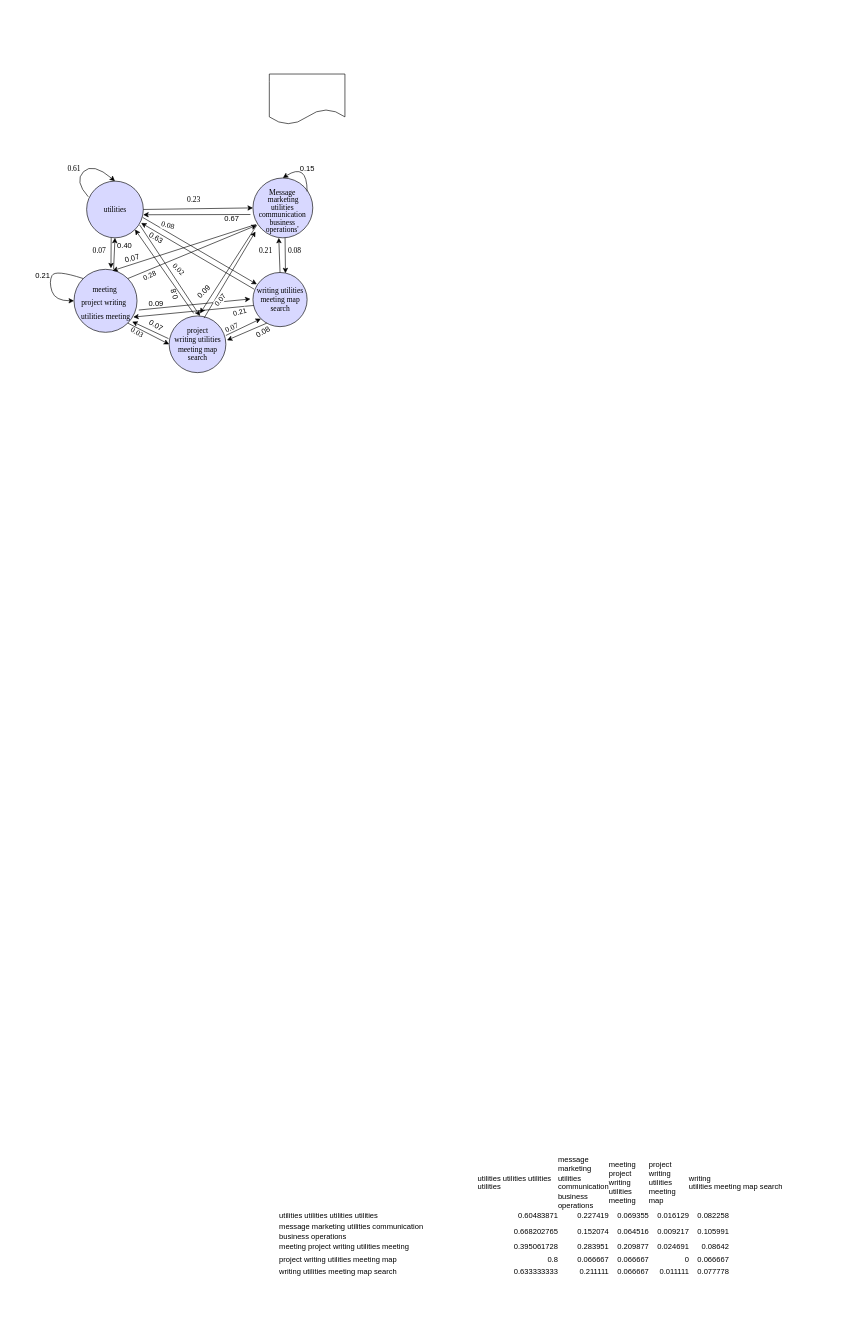
Before: Untitled Diagram.drawio in oluwande/zmPDSwR, a draw.io diagram. Source tidied: cells renumbered, new cells numbered last; positions are measured from the earlier drawing's top-left corner, leaving out a move shared by most shapes. Both pictures are drawn from the tidied source at 63%, with x=0, y=0 at pixel (30, 74).
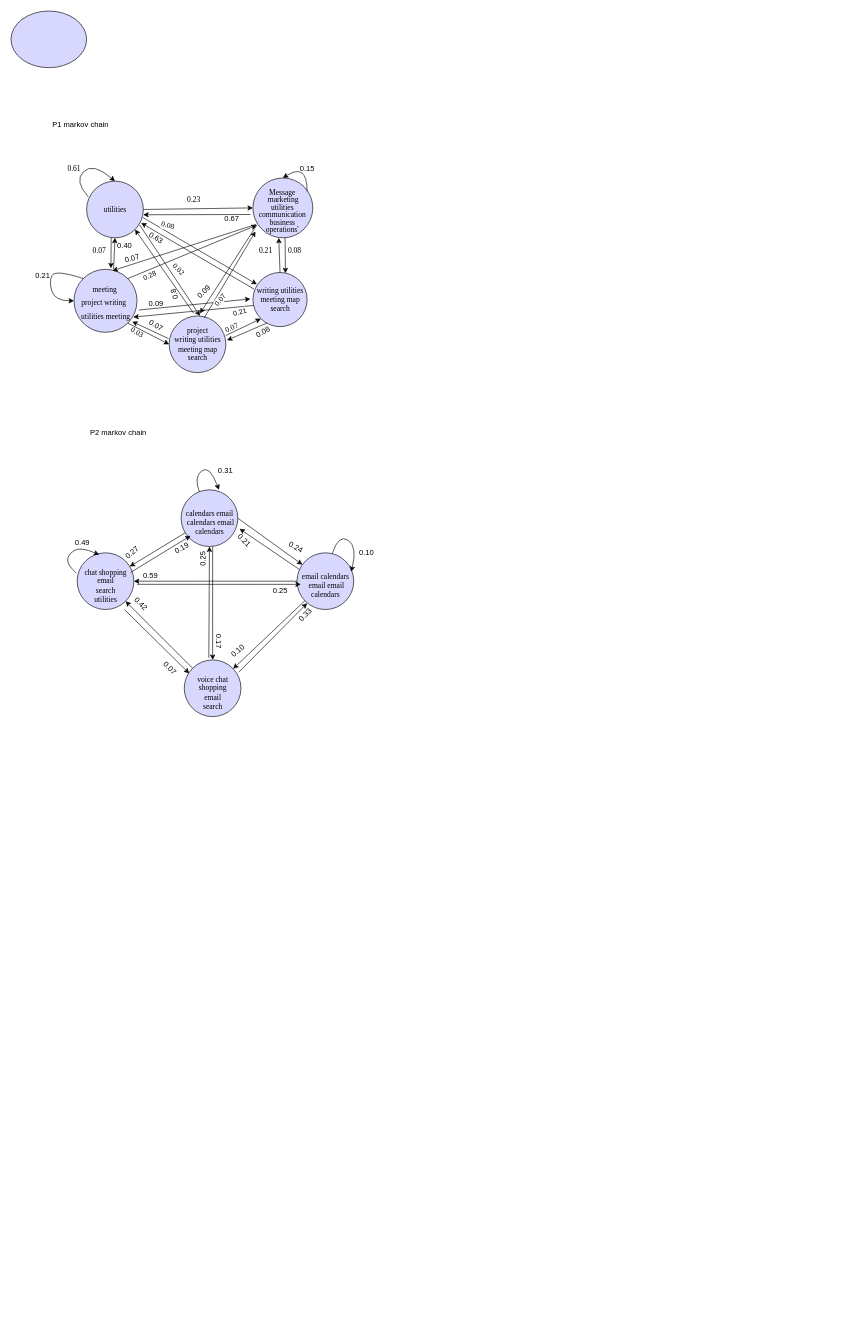
After the change.

Diff of the diagram source:
```diff
@@
-    <mxCell id="26" style="shape=document;whiteSpace=wrap;html=1;boundedLbl=1;fontFamily=Times New Roman;fontSize=12;" parent="1" vertex="1">
-      <mxGeometry x="380" width="120" height="80" as="geometry" />
-    </mxCell>
-    <mxCell id="27" value="&#10;&#10;&#10;&#10;&#10;&#10;&#10;&#10;&#10;&#10;&#10;&#10;&#10;&lt;table border=&quot;0&quot; cellpadding=&quot;0&quot; cellspacing=&quot;0&quot; width=&quot;899&quot; style=&quot;border-collapse: collapse ; width: 675pt&quot;&gt;&#10;&#10; &lt;colgroup&gt;&lt;col width=&quot;322&quot; style=&quot;width: 242pt&quot;&gt;&#10; &lt;col width=&quot;129&quot; style=&quot;width: 97pt&quot;&gt;&#10; &lt;col width=&quot;64&quot; span=&quot;7&quot; style=&quot;width: 48pt&quot;&gt;&#10; &lt;/colgroup&gt;&lt;tbody&gt;&lt;tr style=&quot;height: 15.0pt&quot;&gt;&#10;  &lt;td height=&quot;20&quot; width=&quot;322&quot; style=&quot;height: 15.0pt ; width: 242pt&quot;&gt;&lt;/td&gt;&#10;  &lt;td width=&quot;129&quot; style=&quot;width: 97pt&quot;&gt;utilities utilities utilities utilities&lt;/td&gt;&#10;  &lt;td width=&quot;64&quot; style=&quot;width: 48pt&quot;&gt;message marketing utilities communication&#10;  business operations&lt;/td&gt;&#10;  &lt;td width=&quot;64&quot; style=&quot;width: 48pt&quot;&gt;meeting project writing utilities meeting&lt;/td&gt;&#10;  &lt;td width=&quot;64&quot; style=&quot;width: 48pt&quot;&gt;project writing utilities meeting map&lt;/td&gt;&#10;  &lt;td colspan=&quot;4&quot; width=&quot;256&quot; style=&quot;width: 192pt&quot;&gt;writing&#10;  utilities meeting map search&lt;/td&gt;&#10; &lt;/tr&gt;&#10; &lt;tr style=&quot;height: 15.0pt&quot;&gt;&#10;  &lt;td height=&quot;20&quot; style=&quot;height: 15.0pt&quot;&gt;utilities utilities utilities utilities&lt;/td&gt;&#10;  &lt;td align=&quot;right&quot;&gt;0.60483871&lt;/td&gt;&#10;  &lt;td align=&quot;right&quot;&gt;0.227419&lt;/td&gt;&#10;  &lt;td align=&quot;right&quot;&gt;0.069355&lt;/td&gt;&#10;  &lt;td align=&quot;right&quot;&gt;0.016129&lt;/td&gt;&#10;  &lt;td align=&quot;right&quot;&gt;0.082258&lt;/td&gt;&#10;  &lt;td&gt;&lt;/td&gt;&#10;  &lt;td&gt;&lt;/td&gt;&#10;  &lt;td&gt;&lt;/td&gt;&#10; &lt;/tr&gt;&#10; &lt;tr style=&quot;height: 15.0pt&quot;&gt;&#10;  &lt;td height=&quot;20&quot; style=&quot;height: 15.0pt&quot;&gt;message marketing utilities communication&#10;  business operations&lt;/td&gt;&#10;  &lt;td align=&quot;right&quot;&gt;0.668202765&lt;/td&gt;&#10;  &lt;td align=&quot;right&quot;&gt;0.152074&lt;/td&gt;&#10;  &lt;td align=&quot;right&quot;&gt;0.064516&lt;/td&gt;&#10;  &lt;td align=&quot;right&quot;&gt;0.009217&lt;/td&gt;&#10;  &lt;td align=&quot;right&quot;&gt;0.105991&lt;/td&gt;&#10;  &lt;td&gt;&lt;/td&gt;&#10;  &lt;td&gt;&lt;/td&gt;&#10;  &lt;td&gt;&lt;/td&gt;&#10; &lt;/tr&gt;&#10; &lt;tr style=&quot;height: 15.0pt&quot;&gt;&#10;  &lt;td height=&quot;20&quot; style=&quot;height: 15.0pt&quot;&gt;meeting project writing utilities meeting&lt;/td&gt;&#10;  &lt;td align=&quot;right&quot;&gt;0.395061728&lt;/td&gt;&#10;  &lt;td align=&quot;right&quot;&gt;0.283951&lt;/td&gt;&#10;  &lt;td align=&quot;right&quot;&gt;0.209877&lt;/td&gt;&#10;  &lt;td align=&quot;right&quot;&gt;0.024691&lt;/td&gt;&#10;  &lt;td align=&quot;right&quot;&gt;0.08642&lt;/td&gt;&#10;  &lt;td&gt;&lt;/td&gt;&#10;  &lt;td&gt;&lt;/td&gt;&#10;  &lt;td&gt;&lt;/td&gt;&#10; &lt;/tr&gt;&#10; &lt;tr style=&quot;height: 15.0pt&quot;&gt;&#10;  &lt;td height=&quot;20&quot; style=&quot;height: 15.0pt&quot;&gt;project writing utilities meeting map&lt;/td&gt;&#10;  &lt;td align=&quot;right&quot;&gt;0.8&lt;/td&gt;&#10;  &lt;td align=&quot;right&quot;&gt;0.066667&lt;/td&gt;&#10;  &lt;td align=&quot;right&quot;&gt;0.066667&lt;/td&gt;&#10;  &lt;td align=&quot;right&quot;&gt;0&lt;/td&gt;&#10;  &lt;td align=&quot;right&quot;&gt;0.066667&lt;/td&gt;&#10;  &lt;td&gt;&lt;/td&gt;&#10;  &lt;td&gt;&lt;/td&gt;&#10;  &lt;td&gt;&lt;/td&gt;&#10; &lt;/tr&gt;&#10; &lt;tr style=&quot;height: 15.0pt&quot;&gt;&#10;  &lt;td height=&quot;20&quot; style=&quot;height: 15.0pt&quot;&gt;writing utilities meeting map search&lt;/td&gt;&#10;  &lt;td align=&quot;right&quot;&gt;0.633333333&lt;/td&gt;&#10;  &lt;td align=&quot;right&quot;&gt;0.211111&lt;/td&gt;&#10;  &lt;td align=&quot;right&quot;&gt;0.066667&lt;/td&gt;&#10;  &lt;td align=&quot;right&quot;&gt;0.011111&lt;/td&gt;&#10;  &lt;td align=&quot;right&quot;&gt;0.077778&lt;/td&gt;&#10;  &lt;td&gt;&lt;/td&gt;&#10;  &lt;td&gt;&lt;/td&gt;&#10;  &lt;td&gt;&lt;/td&gt;&#10; &lt;/tr&gt;&#10;&#10;&lt;/tbody&gt;&lt;/table&gt;&#10;&#10;&#10;&#10;&#10;" style="text;whiteSpace=wrap;html=1;" parent="1" vertex="1">
-      <mxGeometry x="394" y="530" width="550" height="1170" as="geometry" />
-    </mxCell>
@@
+    <mxCell id="55" style="ellipse;whiteSpace=wrap;html=1;strokeColor=#000000;fillColor=#D8D8FF;" parent="1" vertex="1">
+      <mxGeometry x="-30" y="-100" width="120" height="90" as="geometry" />
+    </mxCell>
+    <mxCell id="56" value="P1 markov chain" style="text;html=1;align=center;verticalAlign=middle;strokeColor=none;fillColor=none;" parent="1" vertex="1">
+      <mxGeometry x="25" y="70" width="110" height="20" as="geometry" />
+    </mxCell>
+    <mxCell id="57" value="&lt;br&gt;&lt;table border=&quot;0&quot; cellpadding=&quot;0&quot; cellspacing=&quot;0&quot; width=&quot;252&quot; style=&quot;border-collapse: collapse ; width: 189pt&quot;&gt;&lt;tbody&gt;&lt;tr style=&quot;height: 15.0pt&quot;&gt;  &lt;td height=&quot;20&quot; width=&quot;252&quot; style=&quot;height: 15.0pt ; width: 189pt&quot;&gt;calendars email&lt;br&gt;&amp;nbsp;calendars email &lt;br&gt;calendars&lt;/td&gt;&lt;/tr&gt;&lt;/tbody&gt;&lt;/table&gt;" style="shape=ellipse;html=1;dashed=0;whitespace=wrap;perimeter=ellipsePerimeter;fontFamily=Times New Roman;align=center;fontSize=12;fillColor=#D8D8FF;" parent="1" vertex="1">
+      <mxGeometry x="240" y="660" width="90" height="90" as="geometry" />
+    </mxCell>
+    <mxCell id="58" value="&lt;br&gt;&lt;table border=&quot;0&quot; cellpadding=&quot;0&quot; cellspacing=&quot;0&quot; width=&quot;210&quot; style=&quot;border-collapse: collapse ; width: 158pt&quot;&gt;&lt;tbody&gt;&lt;tr style=&quot;height: 15.0pt&quot;&gt;  &lt;td height=&quot;20&quot; width=&quot;210&quot; style=&quot;height: 15.0pt ; width: 158pt&quot;&gt;email calendars&lt;br&gt;&amp;nbsp;email email &lt;br&gt;calendars&lt;/td&gt;&lt;/tr&gt;&lt;/tbody&gt;&lt;/table&gt;" style="shape=ellipse;html=1;dashed=0;whitespace=wrap;perimeter=ellipsePerimeter;fontFamily=Times New Roman;align=center;fontSize=12;fillColor=#D8D8FF;" parent="1" vertex="1">
+      <mxGeometry x="424" y="760" width="90" height="90" as="geometry" />
+    </mxCell>
+    <mxCell id="59" value="&lt;table border=&quot;0&quot; cellpadding=&quot;0&quot; cellspacing=&quot;0&quot; width=&quot;153&quot; style=&quot;border-collapse: collapse ; width: 115pt&quot;&gt;&lt;tbody&gt;&lt;tr style=&quot;height: 15.0pt&quot;&gt;&lt;br/&gt;  &lt;td height=&quot;20&quot; width=&quot;153&quot; style=&quot;height: 15.0pt ; width: 115pt&quot;&gt;voice chat &lt;br&gt;shopping&lt;br/&gt;  email &lt;br&gt;search&lt;/td&gt;&lt;/tr&gt;&lt;/tbody&gt;&lt;/table&gt;" style="shape=ellipse;html=1;dashed=0;whitespace=wrap;perimeter=ellipsePerimeter;fontFamily=Times New Roman;align=center;fontSize=12;fillColor=#D8D8FF;" parent="1" vertex="1">
+      <mxGeometry x="245" y="930" width="90" height="90" as="geometry" />
+    </mxCell>
+    <mxCell id="60" value="&lt;table border=&quot;0&quot; cellpadding=&quot;0&quot; cellspacing=&quot;0&quot; width=&quot;144&quot; style=&quot;border-collapse: collapse ; width: 108pt&quot;&gt;&lt;tbody&gt;&lt;tr style=&quot;height: 15.0pt&quot;&gt;&lt;br/&gt;  &lt;td height=&quot;20&quot; width=&quot;144&quot; style=&quot;height: 15.0pt ; width: 108pt&quot;&gt;chat shopping &lt;br&gt;email&lt;br/&gt;  search &lt;br&gt;utilities&lt;/td&gt;&lt;/tr&gt;&lt;/tbody&gt;&lt;/table&gt;" style="shape=ellipse;html=1;dashed=0;whitespace=wrap;perimeter=ellipsePerimeter;fontFamily=Times New Roman;align=center;fontSize=12;fillColor=#D8D8FF;" parent="1" vertex="1">
+      <mxGeometry x="75" y="760" width="90" height="90" as="geometry" />
+    </mxCell>
+    <mxCell id="61" style="endArrow=classic;html=1;rounded=0;" parent="1" edge="1" source="57" target="60">
+      <mxGeometry relative="1" as="geometry" />
+    </mxCell>
+    <mxCell id="62" value="0.31" style="text;html=1;align=center;verticalAlign=middle;strokeColor=none;fillColor=none;rotation=0;" parent="1" vertex="1">
+      <mxGeometry x="290" y="620" width="40" height="20" as="geometry" />
+    </mxCell>
+    <mxCell id="63" style="endArrow=classic;html=1;rounded=0;exitX=1;exitY=0.5;exitDx=0;exitDy=0;" parent="1" edge="1" source="57" target="58">
+      <mxGeometry relative="1" as="geometry" />
+    </mxCell>
+    <mxCell id="64" style="curved=1;endArrow=classic;html=1;rounded=0;entryX=0.667;entryY=0;entryDx=0;entryDy=0;entryPerimeter=0;" parent="1" edge="1" source="57" target="57">
+      <mxGeometry relative="1" as="geometry">
+        <Array as="points">
+          <mxPoint x="260" y="640" />
+          <mxPoint x="285" y="620" />
+        </Array>
+      </mxGeometry>
+    </mxCell>
+    <mxCell id="65" value="0.24" style="text;html=1;align=center;verticalAlign=middle;strokeColor=none;fillColor=none;rotation=30;" parent="1" vertex="1">
+      <mxGeometry x="402" y="741" width="40" height="20" as="geometry" />
+    </mxCell>
+    <mxCell id="66" style="endArrow=classic;html=1;rounded=0;entryX=0.5;entryY=0;entryDx=0;entryDy=0;" parent="1" edge="1" target="59">
+      <mxGeometry relative="1" as="geometry">
+        <mxPoint x="290" y="750" as="sourcePoint" />
+      </mxGeometry>
+    </mxCell>
+    <mxCell id="67" value="0.17" style="text;html=1;align=center;verticalAlign=middle;strokeColor=none;fillColor=none;rotation=90;" parent="1" vertex="1">
+      <mxGeometry x="280" y="890" width="40" height="20" as="geometry" />
+    </mxCell>
+    <mxCell id="68" value="0.27" style="text;html=1;align=center;verticalAlign=middle;strokeColor=none;fillColor=none;rotation=-40;" parent="1" vertex="1">
+      <mxGeometry x="142" y="750" width="40" height="20" as="geometry" />
+    </mxCell>
+    <mxCell id="69" style="endArrow=classic;html=1;rounded=0;entryX=1.031;entryY=0.687;entryDx=0;entryDy=0;entryPerimeter=0;exitX=0.044;exitY=0.296;exitDx=0;exitDy=0;exitPerimeter=0;" parent="1" edge="1" source="58" target="57">
+      <mxGeometry relative="1" as="geometry" />
+    </mxCell>
+    <mxCell id="70" value="0.21" style="text;html=1;align=center;verticalAlign=middle;strokeColor=none;fillColor=none;rotation=45;" parent="1" vertex="1">
+      <mxGeometry x="320" y="730" width="40" height="20" as="geometry" />
+    </mxCell>
+    <mxCell id="71" style="curved=1;endArrow=classic;html=1;rounded=0;" parent="1" edge="1">
+      <mxGeometry relative="1" as="geometry">
+        <mxPoint x="480" y="761" as="sourcePoint" />
+        <mxPoint x="510" y="790" as="targetPoint" />
+        <Array as="points">
+          <mxPoint x="490" y="730" />
+          <mxPoint x="520" y="750" />
+        </Array>
+      </mxGeometry>
+    </mxCell>
+    <mxCell id="72" value="0.10" style="text;html=1;align=center;verticalAlign=middle;strokeColor=none;fillColor=none;" parent="1" vertex="1">
+      <mxGeometry x="514" y="750" width="40" height="20" as="geometry" />
+    </mxCell>
+    <mxCell id="73" style="endArrow=classic;html=1;rounded=0;" parent="1" edge="1" source="58" target="59">
+      <mxGeometry relative="1" as="geometry" />
+    </mxCell>
+    <mxCell id="74" value="0.10" style="text;html=1;align=center;verticalAlign=middle;strokeColor=none;fillColor=none;rotation=-40;" parent="1" vertex="1">
+      <mxGeometry x="310" y="906" width="40" height="20" as="geometry" />
+    </mxCell>
+    <mxCell id="75" style="endArrow=classic;html=1;rounded=0;entryX=1;entryY=0.5;entryDx=0;entryDy=0;exitX=0;exitY=0.5;exitDx=0;exitDy=0;" parent="1" edge="1" source="58" target="60">
+      <mxGeometry relative="1" as="geometry" />
+    </mxCell>
+    <mxCell id="76" value="0.59" style="text;html=1;align=center;verticalAlign=middle;strokeColor=none;fillColor=none;" parent="1" vertex="1">
+      <mxGeometry x="171" y="787" width="40" height="20" as="geometry" />
+    </mxCell>
+    <mxCell id="77" style="endArrow=classic;html=1;rounded=0;entryX=0.5;entryY=1;entryDx=0;entryDy=0;exitX=0.433;exitY=-0.038;exitDx=0;exitDy=0;exitPerimeter=0;" parent="1" edge="1" source="59" target="57">
+      <mxGeometry relative="1" as="geometry" />
+    </mxCell>
+    <mxCell id="78" value="0.25" style="text;html=1;align=center;verticalAlign=middle;strokeColor=none;fillColor=none;rotation=-91;" parent="1" vertex="1">
+      <mxGeometry x="255" y="760" width="40" height="20" as="geometry" />
+    </mxCell>
+    <mxCell id="79" style="endArrow=classic;html=1;rounded=0;exitX=0.958;exitY=0.22;exitDx=0;exitDy=0;exitPerimeter=0;" parent="1" edge="1" source="59">
+      <mxGeometry relative="1" as="geometry">
+        <mxPoint x="440" y="840" as="targetPoint" />
+      </mxGeometry>
+    </mxCell>
+    <mxCell id="80" value="0.33" style="text;html=1;align=center;verticalAlign=middle;strokeColor=none;fillColor=none;rotation=-45;" parent="1" vertex="1">
+      <mxGeometry x="417" y="849" width="40" height="20" as="geometry" />
+    </mxCell>
+    <mxCell id="81" style="endArrow=classic;html=1;rounded=0;exitX=0;exitY=0;exitDx=0;exitDy=0;" parent="1" edge="1" source="59" target="60">
+      <mxGeometry relative="1" as="geometry" />
+    </mxCell>
+    <mxCell id="82" value="0.42" style="text;html=1;align=center;verticalAlign=middle;strokeColor=none;fillColor=none;rotation=45;" parent="1" vertex="1">
+      <mxGeometry x="156" y="831" width="40" height="20" as="geometry" />
+    </mxCell>
+    <mxCell id="83" style="endArrow=classic;html=1;rounded=0;" parent="1" edge="1">
+      <mxGeometry relative="1" as="geometry">
+        <mxPoint x="160" y="791" as="sourcePoint" />
+        <mxPoint x="255" y="733" as="targetPoint" />
+      </mxGeometry>
+    </mxCell>
+    <mxCell id="84" value="0.19" style="text;html=1;align=center;verticalAlign=middle;strokeColor=none;fillColor=none;rotation=-30;" parent="1" vertex="1">
+      <mxGeometry x="221" y="743" width="40" height="20" as="geometry" />
+    </mxCell>
+    <mxCell id="85" style="endArrow=classic;html=1;rounded=0;entryX=0.067;entryY=0.556;entryDx=0;entryDy=0;entryPerimeter=0;" parent="1" edge="1" target="58">
+      <mxGeometry relative="1" as="geometry">
+        <mxPoint x="170" y="810" as="sourcePoint" />
+      </mxGeometry>
+    </mxCell>
+    <mxCell id="86" value="0.25" style="text;html=1;align=center;verticalAlign=middle;strokeColor=none;fillColor=none;" parent="1" vertex="1">
+      <mxGeometry x="377" y="811" width="40" height="20" as="geometry" />
+    </mxCell>
+    <mxCell id="87" style="endArrow=classic;html=1;rounded=0;entryX=0.087;entryY=0.238;entryDx=0;entryDy=0;entryPerimeter=0;" parent="1" edge="1" target="59">
+      <mxGeometry relative="1" as="geometry">
+        <mxPoint x="150" y="850" as="sourcePoint" />
+      </mxGeometry>
+    </mxCell>
+    <mxCell id="88" value="0.07" style="text;html=1;align=center;verticalAlign=middle;strokeColor=none;fillColor=none;rotation=45;" parent="1" vertex="1">
+      <mxGeometry x="202" y="933" width="40" height="20" as="geometry" />
+    </mxCell>
+    <mxCell id="89" style="curved=1;endArrow=classic;html=1;rounded=0;exitX=-0.016;exitY=0.358;exitDx=0;exitDy=0;exitPerimeter=0;" parent="1" edge="1" source="60">
+      <mxGeometry relative="1" as="geometry">
+        <mxPoint x="110" y="763" as="targetPoint" />
+        <Array as="points">
+          <mxPoint x="60" y="780" />
+          <mxPoint x="60" y="763" />
+          <mxPoint x="80" y="750" />
+        </Array>
+      </mxGeometry>
+    </mxCell>
+    <mxCell id="90" value="0.49" style="text;html=1;align=center;verticalAlign=middle;strokeColor=none;fillColor=none;" parent="1" vertex="1">
+      <mxGeometry x="63" y="734" width="40" height="20" as="geometry" />
+    </mxCell>
+    <mxCell id="91" value="P2 markov chain" style="text;html=1;align=center;verticalAlign=middle;strokeColor=none;fillColor=none;" parent="1" vertex="1">
+      <mxGeometry x="85" y="560" width="110" height="20" as="geometry" />
+    </mxCell>
```
